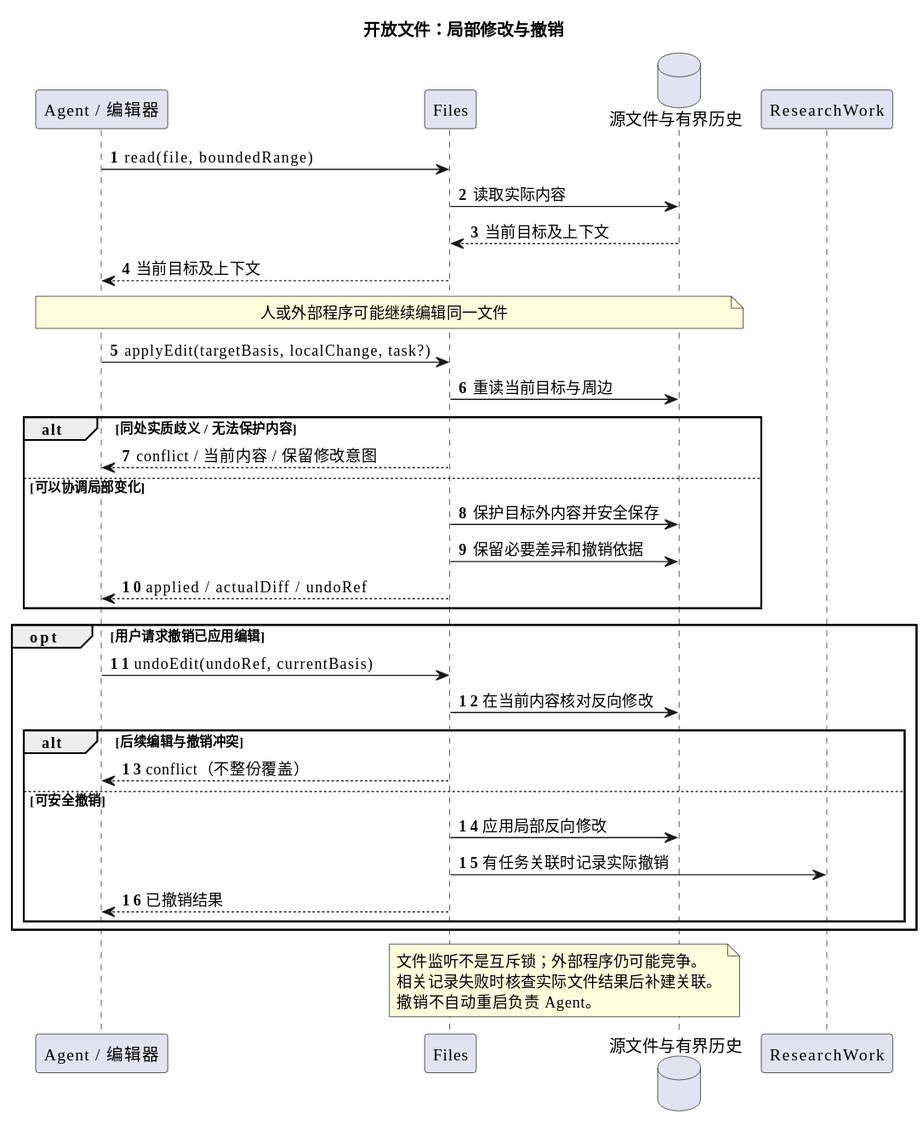
This is docs/diagrams/local-edit.svg from leike0813/Scholoom, a PlantUML export, as it was before one commit. Its source is kept beside it as docs/diagrams/local-edit.puml. Source of this version:
```plantuml
@startuml
title 开放文件：局部修改与撤销
skinparam defaultFontName Microsoft YaHei
skinparam shadowing false
autonumber
participant "Agent / 编辑器" as Caller
participant "Files" as Files
database "源文件与有界历史" as Disk
participant "ResearchWork" as Work
Caller -> Files : read(file, boundedRange)
Files -> Disk : 读取实际内容
Disk --> Files : 当前目标及上下文
Files --> Caller : 当前目标及上下文
note over Caller,Disk : 人或外部程序可能继续编辑同一文件
Caller -> Files : applyEdit(targetBasis, localChange, task?)
Files -> Disk : 重读当前目标与周边
alt 同处实质歧义 / 无法保护内容
  Files --> Caller : conflict / 当前内容 / 保留修改意图
else 可以协调局部变化
  Files -> Disk : 保护目标外内容并安全保存
  Files -> Disk : 保留必要差异和撤销依据
  Files --> Caller : applied / actualDiff / undoRef
end
opt 用户请求撤销已应用编辑
  Caller -> Files : undoEdit(undoRef, currentBasis)
  Files -> Disk : 在当前内容核对反向修改
  alt 后续编辑与撤销冲突
    Files --> Caller : conflict（不整份覆盖）
  else 可安全撤销
    Files -> Disk : 应用局部反向修改
    Files -> Work : 有任务关联时记录实际撤销
    Files --> Caller : 已撤销结果
  end
end
note over Files,Disk
  文件监听不是互斥锁；外部程序仍可能竞争。
  相关记录失败时核查实际文件结果后补建关联。
  撤销不自动重启负责 Agent。
end note
@enduml
```
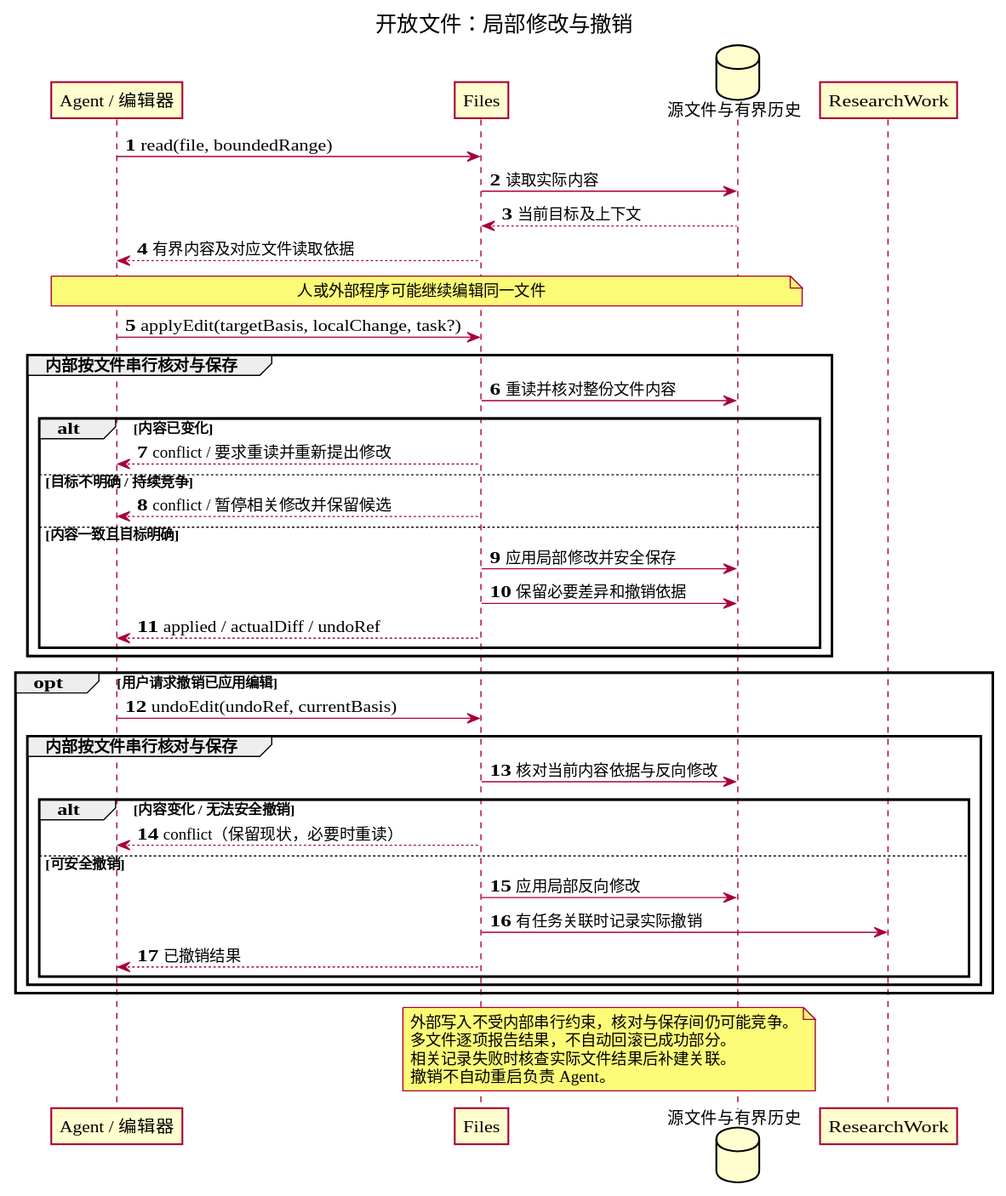
Later version of the same file.

What changed in the source:
```diff
@@ -10,30 +10,37 @@
 Caller -> Files : read(file, boundedRange)
 Files -> Disk : 读取实际内容
 Disk --> Files : 当前目标及上下文
-Files --> Caller : 当前目标及上下文
+Files --> Caller : 有界内容及对应文件读取依据
 note over Caller,Disk : 人或外部程序可能继续编辑同一文件
 Caller -> Files : applyEdit(targetBasis, localChange, task?)
-Files -> Disk : 重读当前目标与周边
-alt 同处实质歧义 / 无法保护内容
-  Files --> Caller : conflict / 当前内容 / 保留修改意图
-else 可以协调局部变化
-  Files -> Disk : 保护目标外内容并安全保存
-  Files -> Disk : 保留必要差异和撤销依据
-  Files --> Caller : applied / actualDiff / undoRef
+group 内部按文件串行核对与保存
+  Files -> Disk : 重读并核对整份文件内容
+  alt 内容已变化
+    Files --> Caller : conflict / 要求重读并重新提出修改
+  else 目标不明确 / 持续竞争
+    Files --> Caller : conflict / 暂停相关修改并保留候选
+  else 内容一致且目标明确
+    Files -> Disk : 应用局部修改并安全保存
+    Files -> Disk : 保留必要差异和撤销依据
+    Files --> Caller : applied / actualDiff / undoRef
+  end
 end
 opt 用户请求撤销已应用编辑
   Caller -> Files : undoEdit(undoRef, currentBasis)
-  Files -> Disk : 在当前内容核对反向修改
-  alt 后续编辑与撤销冲突
-    Files --> Caller : conflict（不整份覆盖）
-  else 可安全撤销
-    Files -> Disk : 应用局部反向修改
-    Files -> Work : 有任务关联时记录实际撤销
-    Files --> Caller : 已撤销结果
+  group 内部按文件串行核对与保存
+    Files -> Disk : 核对当前内容依据与反向修改
+    alt 内容变化 / 无法安全撤销
+      Files --> Caller : conflict（保留现状，必要时重读）
+    else 可安全撤销
+      Files -> Disk : 应用局部反向修改
+      Files -> Work : 有任务关联时记录实际撤销
+      Files --> Caller : 已撤销结果
+    end
   end
 end
 note over Files,Disk
-  文件监听不是互斥锁；外部程序仍可能竞争。
+  外部写入不受内部串行约束，核对与保存间仍可能竞争。
+  多文件逐项报告结果，不自动回滚已成功部分。
   相关记录失败时核查实际文件结果后补建关联。
   撤销不自动重启负责 Agent。
 end note
```
